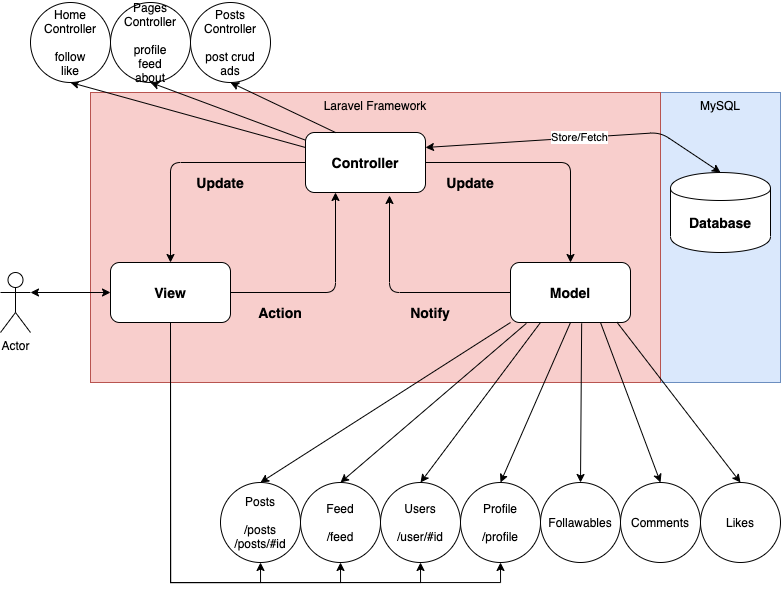
abdulmansour/soen341 keeps this draw.io diagram as documentation/architecture_design.png. Above is the earlier version. Source tidied: cells renumbered, new cells last; positions are measured from the earlier drawing's top-left corner, leaving out a move shared by most shapes.
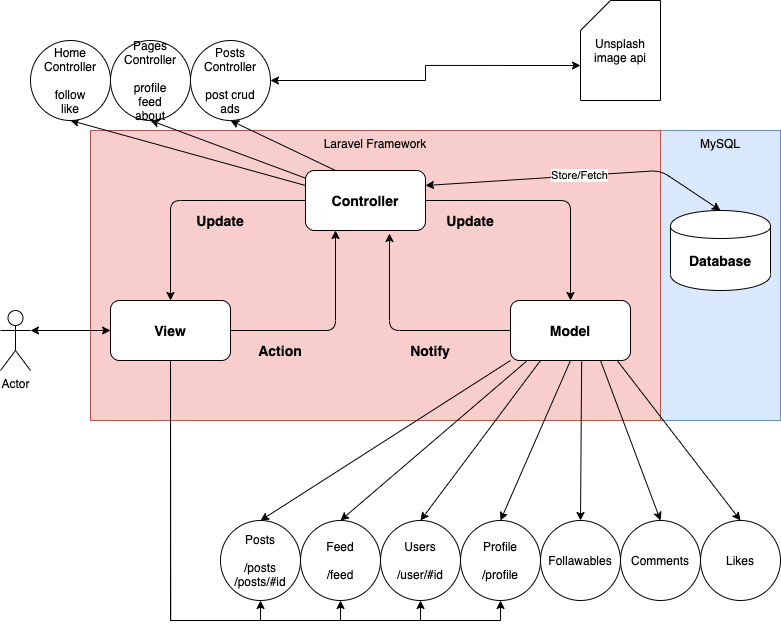
Later version of the same file.

What changed in the source:
```diff
@@ -150,6 +150,9 @@
     <mxCell id="42" style="rounded=1;jettySize=auto;html=1;entryX=0.5;entryY=1;entryDx=0;entryDy=0;exitX=0.25;exitY=0;exitDx=0;exitDy=0;" parent="1" edge="1" source="4" target="43">
       <mxGeometry relative="1" as="geometry" />
     </mxCell>
+    <mxCell id="47" style="edgeStyle=orthogonalEdgeStyle;rounded=0;jettySize=auto;html=1;entryX=0;entryY=0;entryDx=0;entryDy=65;entryPerimeter=0;startArrow=classic;startFill=1;" parent="1" edge="1" source="43" target="48">
+      <mxGeometry relative="1" as="geometry" />
+    </mxCell>
     <mxCell id="43" value="Posts Controller&lt;br&gt;&lt;br&gt;post crud&lt;br&gt;ads" style="ellipse;whiteSpace=wrap;html=1;" parent="1" vertex="1">
       <mxGeometry x="190" width="80" height="80" as="geometry" />
     </mxCell>
@@ -177,5 +180,8 @@
         </Array>
       </mxGeometry>
     </mxCell>
+    <mxCell id="48" value="Unsplash image api" style="shape=card;whiteSpace=wrap;html=1;" parent="1" vertex="1">
+      <mxGeometry x="580" y="-40" width="80" height="100" as="geometry" />
+    </mxCell>
   </root>
 </mxGraphModel>
```
